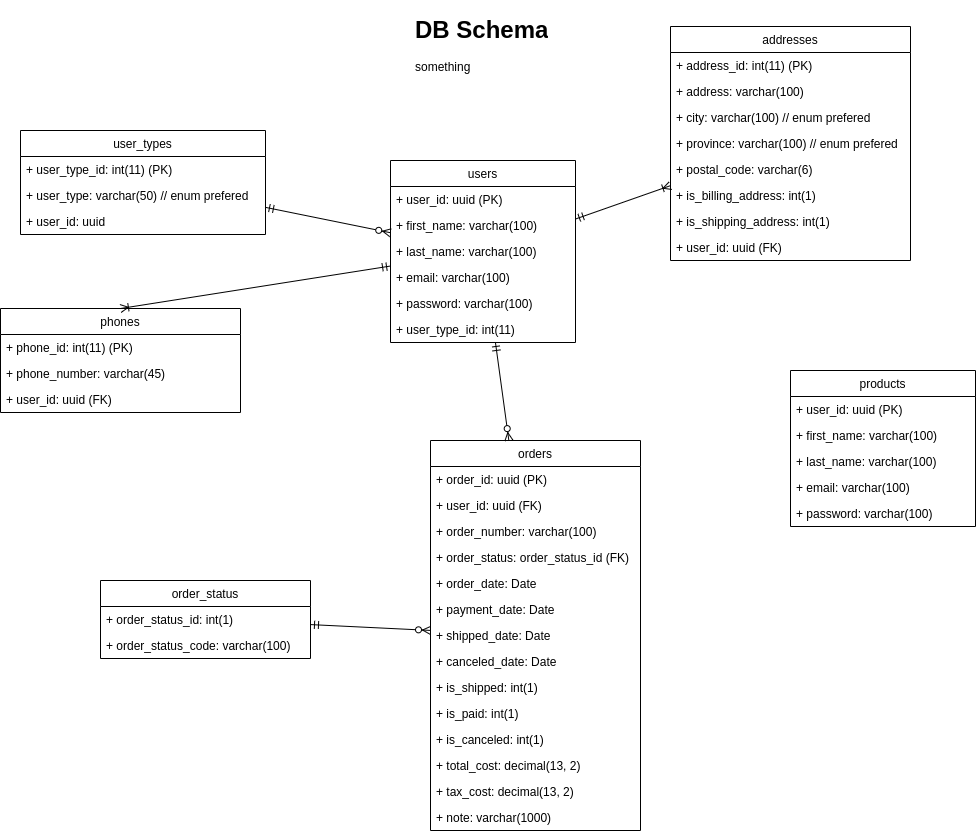
Earlier version of the draw.io export db-design.png (stsiwo/e-commerce-starter-kits). Source tidied: cells renumbered, new cells last; positions are measured from the earlier drawing's top-left corner, leaving out a move shared by most shapes.
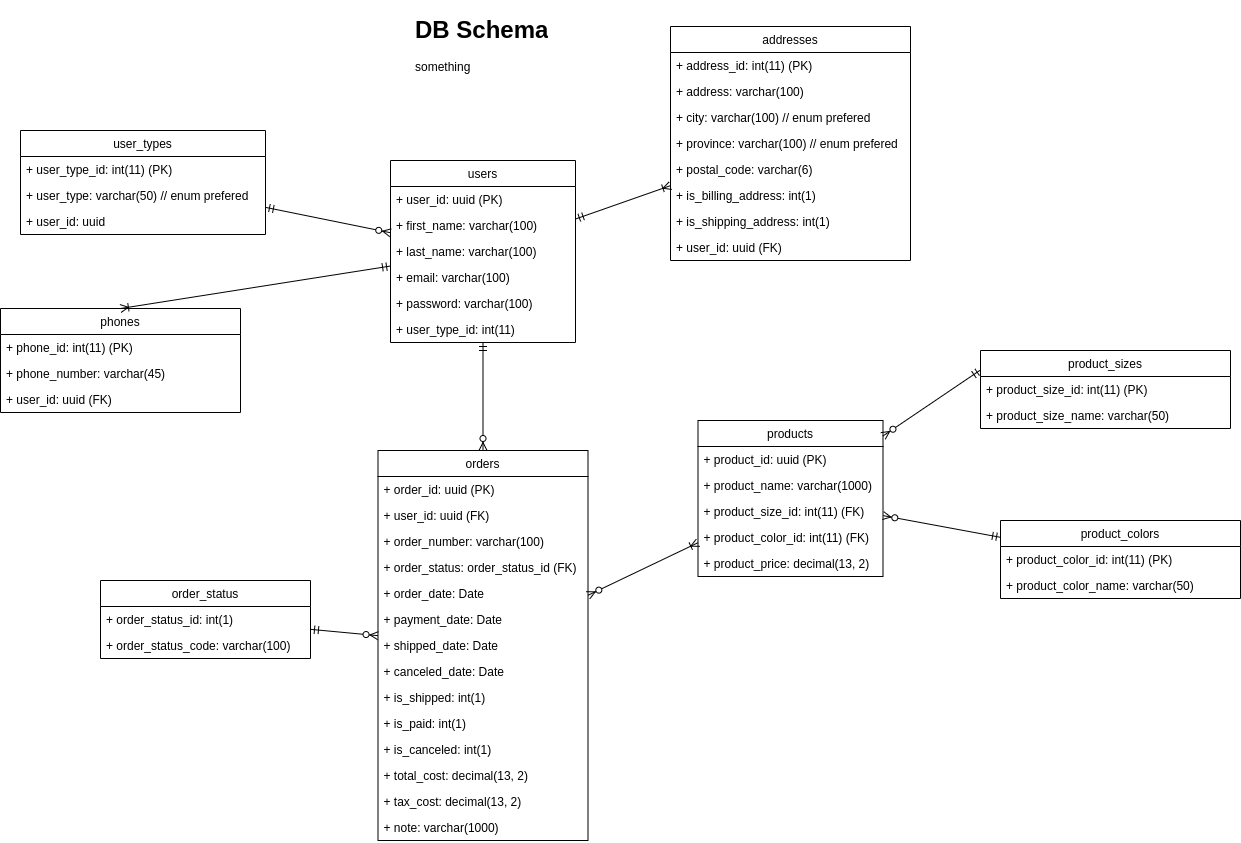
After the change.

What changed in the source:
```diff
@@ -89,26 +89,35 @@
     <mxCell id="30" value="+ user_id: uuid" style="text;strokeColor=none;fillColor=none;align=left;verticalAlign=top;spacingLeft=4;spacingRight=4;overflow=hidden;" parent="27" vertex="1">
       <mxGeometry y="78" width="245" height="26" as="geometry" />
     </mxCell>
+    <mxCell id="56" style="edgeStyle=none;rounded=0;jettySize=auto;html=1;entryX=0;entryY=0.25;entryDx=0;entryDy=0;startArrow=ERzeroToMany;startFill=1;endArrow=ERmandOne;endFill=0;" parent="1" edge="1" source="31" target="62">
+      <mxGeometry relative="1" as="geometry" />
+    </mxCell>
+    <mxCell id="57" style="edgeStyle=none;rounded=0;jettySize=auto;html=1;startArrow=ERzeroToMany;startFill=1;endArrow=ERmandOne;endFill=0;" parent="1" edge="1" source="31" target="65">
+      <mxGeometry relative="1" as="geometry" />
+    </mxCell>
     <mxCell id="31" value="products" style="swimlane;fontStyle=0;horizontal=1;startSize=26;fillColor=none;" parent="1" vertex="1">
-      <mxGeometry x="790" y="360" width="185" height="156" as="geometry" />
+      <mxGeometry x="697.5" y="410" width="185" height="156" as="geometry" />
     </mxCell>
-    <mxCell id="32" value="+ user_id: uuid (PK)" style="text;strokeColor=none;fillColor=none;align=left;verticalAlign=top;spacingLeft=4;spacingRight=4;overflow=hidden;" parent="31" vertex="1">
+    <mxCell id="32" value="+ product_id: uuid (PK)" style="text;strokeColor=none;fillColor=none;align=left;verticalAlign=top;spacingLeft=4;spacingRight=4;overflow=hidden;" parent="31" vertex="1">
       <mxGeometry y="26" width="185" height="26" as="geometry" />
     </mxCell>
-    <mxCell id="33" value="+ first_name: varchar(100)" style="text;strokeColor=none;fillColor=none;align=left;verticalAlign=top;spacingLeft=4;spacingRight=4;overflow=hidden;" parent="31" vertex="1">
+    <mxCell id="33" value="+ product_name: varchar(1000)" style="text;strokeColor=none;fillColor=none;align=left;verticalAlign=top;spacingLeft=4;spacingRight=4;overflow=hidden;" parent="31" vertex="1">
       <mxGeometry y="52" width="185" height="26" as="geometry" />
     </mxCell>
-    <mxCell id="34" value="+ last_name: varchar(100)" style="text;strokeColor=none;fillColor=none;align=left;verticalAlign=top;spacingLeft=4;spacingRight=4;overflow=hidden;" parent="31" vertex="1">
-      <mxGeometry y="78" width="185" height="26" as="geometry" />
-    </mxCell>
-    <mxCell id="35" value="+ email: varchar(100)" style="text;strokeColor=none;fillColor=none;align=left;verticalAlign=top;spacingLeft=4;spacingRight=4;overflow=hidden;" parent="31" vertex="1">
-      <mxGeometry y="104" width="185" height="26" as="geometry" />
-    </mxCell>
-    <mxCell id="36" value="+ password: varchar(100)" style="text;strokeColor=none;fillColor=none;align=left;verticalAlign=top;spacingLeft=4;spacingRight=4;overflow=hidden;" parent="31" vertex="1">
-      <mxGeometry y="130" width="185" height="26" as="geometry" />
-    </mxCell>
+    <mxCell id="58" value="+ product_size_id: int(11) (FK)" style="text;strokeColor=none;fillColor=none;align=left;verticalAlign=top;spacingLeft=4;spacingRight=4;overflow=hidden;" parent="31" vertex="1">
+      <mxGeometry y="78" width="185" height="26" as="geometry" />
+    </mxCell>
+    <mxCell id="59" value="+ product_color_id: int(11) (FK)" style="text;strokeColor=none;fillColor=none;align=left;verticalAlign=top;spacingLeft=4;spacingRight=4;overflow=hidden;" parent="31" vertex="1">
+      <mxGeometry y="104" width="185" height="26" as="geometry" />
+    </mxCell>
+    <mxCell id="60" value="+ product_price: decimal(13, 2)" style="text;strokeColor=none;fillColor=none;align=left;verticalAlign=top;spacingLeft=4;spacingRight=4;overflow=hidden;" parent="31" vertex="1">
+      <mxGeometry y="130" width="185" height="26" as="geometry" />
+    </mxCell>
+    <mxCell id="61" style="edgeStyle=none;rounded=0;jettySize=auto;html=1;startArrow=ERzeroToMany;startFill=1;endArrow=ERoneToMany;endFill=0;" parent="1" edge="1" source="37" target="31">
+      <mxGeometry relative="1" as="geometry" />
+    </mxCell>
     <mxCell id="37" value="orders" style="swimlane;fontStyle=0;horizontal=1;startSize=26;fillColor=none;" parent="1" vertex="1">
-      <mxGeometry x="430" y="430" width="210" height="390" as="geometry" />
+      <mxGeometry x="377.5" y="440" width="210" height="390" as="geometry" />
     </mxCell>
     <mxCell id="38" value="+ order_id: uuid (PK)" style="text;strokeColor=none;fillColor=none;align=left;verticalAlign=top;spacingLeft=4;spacingRight=4;overflow=hidden;" parent="37" vertex="1">
       <mxGeometry y="26" width="210" height="26" as="geometry" />
@@ -164,5 +173,23 @@
     <mxCell id="55" value="+ order_status_code: varchar(100)" style="text;strokeColor=none;fillColor=none;align=left;verticalAlign=top;spacingLeft=4;spacingRight=4;overflow=hidden;" parent="53" vertex="1">
       <mxGeometry y="52" width="210" height="26" as="geometry" />
     </mxCell>
+    <mxCell id="62" value="product_sizes" style="swimlane;fontStyle=0;horizontal=1;startSize=26;fillColor=none;" parent="1" vertex="1">
+      <mxGeometry x="980" y="340" width="250" height="78" as="geometry" />
+    </mxCell>
+    <mxCell id="63" value="+ product_size_id: int(11) (PK)" style="text;strokeColor=none;fillColor=none;align=left;verticalAlign=top;spacingLeft=4;spacingRight=4;overflow=hidden;" parent="62" vertex="1">
+      <mxGeometry y="26" width="250" height="26" as="geometry" />
+    </mxCell>
+    <mxCell id="64" value="+ product_size_name: varchar(50)" style="text;strokeColor=none;fillColor=none;align=left;verticalAlign=top;spacingLeft=4;spacingRight=4;overflow=hidden;" parent="62" vertex="1">
+      <mxGeometry y="52" width="250" height="26" as="geometry" />
+    </mxCell>
+    <mxCell id="65" value="product_colors" style="swimlane;fontStyle=0;horizontal=1;startSize=26;fillColor=none;" parent="1" vertex="1">
+      <mxGeometry x="1000" y="510" width="240" height="78" as="geometry" />
+    </mxCell>
+    <mxCell id="66" value="+ product_color_id: int(11) (PK)" style="text;strokeColor=none;fillColor=none;align=left;verticalAlign=top;spacingLeft=4;spacingRight=4;overflow=hidden;" parent="65" vertex="1">
+      <mxGeometry y="26" width="240" height="26" as="geometry" />
+    </mxCell>
+    <mxCell id="67" value="+ product_color_name: varchar(50)" style="text;strokeColor=none;fillColor=none;align=left;verticalAlign=top;spacingLeft=4;spacingRight=4;overflow=hidden;" parent="65" vertex="1">
+      <mxGeometry y="52" width="240" height="26" as="geometry" />
+    </mxCell>
   </root>
 </mxGraphModel>
```
